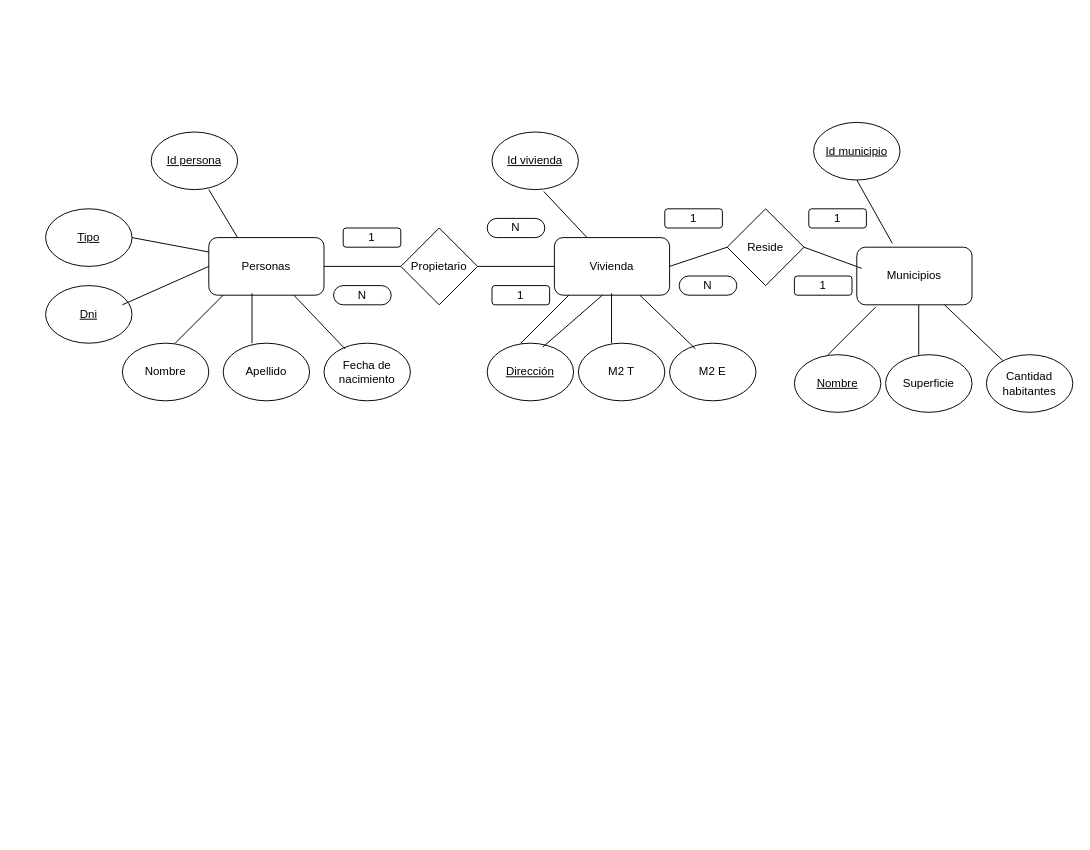
kevinld93/Diagramas keeps this draw.io diagram as Ej3.drawio. Above is the earlier version. Source tidied: cells renumbered, new cells numbered last; positions are measured from the earlier drawing's top-left corner, leaving out a move shared by most shapes. Both pictures are drawn from the tidied source at 96%, with x=0, y=0 at pixel (45, 122).
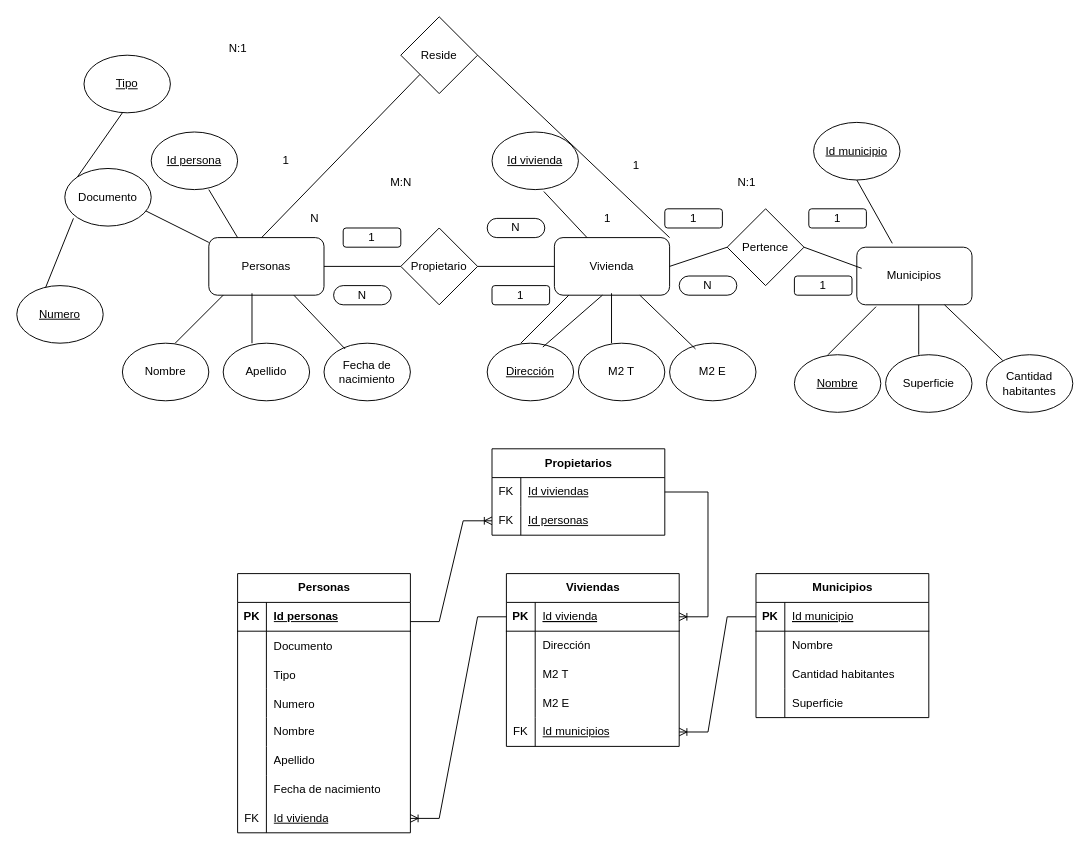
The same page after the edit.

Unchanged cells that the change refers to:
```xml
<mxCell id="5" value="Personas" style="rounded=1;whiteSpace=wrap;html=1;" parent="1" vertex="1">
  <mxGeometry x="170" y="120" width="120" height="60" as="geometry" />
</mxCell>
<mxCell id="7" value="Vivienda" style="rounded=1;whiteSpace=wrap;html=1;" parent="1" vertex="1">
  <mxGeometry x="530" y="120" width="120" height="60" as="geometry" />
</mxCell>
```

Change to the diagram source:
```diff
@@
-    <mxCell id="20" value="&lt;u&gt;Dni&lt;/u&gt;" style="ellipse;whiteSpace=wrap;html=1;" parent="1" vertex="1">
-      <mxGeometry y="170" width="90" height="60" as="geometry" />
+    <mxCell id="20" value="&lt;u&gt;Numero&lt;/u&gt;" style="ellipse;whiteSpace=wrap;html=1;" parent="1" vertex="1">
+      <mxGeometry x="-30" y="170" width="90" height="60" as="geometry" />
     </mxCell>
-    <mxCell id="21" style="endArrow=none;html=1;rounded=0;entryX=0;entryY=0.5;entryDx=0;entryDy=0;" parent="1" edge="1" target="5">
+    <mxCell id="21" style="endArrow=none;html=1;rounded=0;entryX=0.767;entryY=0.9;entryDx=0;entryDy=0;entryPerimeter=0;exitX=0.667;exitY=0.067;exitDx=0;exitDy=0;exitPerimeter=0;" parent="1" edge="1">
       <mxGeometry relative="1" as="geometry">
-        <mxPoint x="80" y="190" as="sourcePoint" />
+        <mxPoint y="172" as="sourcePoint" />
+        <mxPoint x="29" y="100" as="targetPoint" />
       </mxGeometry>
     </mxCell>
     <mxCell id="22" value="&lt;u&gt;Tipo&lt;/u&gt;" style="ellipse;whiteSpace=wrap;html=1;" parent="1" vertex="1">
-      <mxGeometry y="90" width="90" height="60" as="geometry" />
+      <mxGeometry x="40" y="-70" width="90" height="60" as="geometry" />
     </mxCell>
@@
-    <mxCell id="29" style="endArrow=none;html=1;rounded=0;entryX=0;entryY=0.25;entryDx=0;entryDy=0;" parent="1" edge="1" target="5">
+    <mxCell id="29" style="endArrow=none;html=1;rounded=0;entryX=0;entryY=0.25;entryDx=0;entryDy=0;" parent="1" edge="1">
       <mxGeometry relative="1" as="geometry">
-        <mxPoint x="90" y="120" as="sourcePoint" />
+        <mxPoint x="100" y="90" as="sourcePoint" />
+        <mxPoint x="170" y="125" as="targetPoint" />
       </mxGeometry>
     </mxCell>
@@
-    <mxCell id="32" value="Reside" style="rhombus;whiteSpace=wrap;html=1;" parent="1" vertex="1">
+    <mxCell id="32" value="Pertence" style="rhombus;whiteSpace=wrap;html=1;" parent="1" vertex="1">
       <mxGeometry x="710" y="90" width="80" height="80" as="geometry" />
     </mxCell>
@@
+    <mxCell id="48" value="M:N" style="text;html=1;align=center;verticalAlign=middle;strokeColor=none;fillColor=none;" parent="1" vertex="1">
+      <mxGeometry x="345" y="48" width="50" height="30" as="geometry" />
+    </mxCell>
+    <mxCell id="49" value="N:1" style="text;html=1;align=center;verticalAlign=middle;strokeColor=none;fillColor=none;" parent="1" vertex="1">
+      <mxGeometry x="710" y="48" width="40" height="30" as="geometry" />
+    </mxCell>
+    <mxCell id="50" value="Reside" style="rhombus;whiteSpace=wrap;html=1;" parent="1" vertex="1">
+      <mxGeometry x="370" y="-110" width="80" height="80" as="geometry" />
+    </mxCell>
+    <mxCell id="51" style="endArrow=none;html=1;rounded=0;entryX=0;entryY=1;entryDx=0;entryDy=0;" parent="1" edge="1" target="50">
+      <mxGeometry relative="1" as="geometry">
+        <mxPoint x="225" y="120" as="sourcePoint" />
+      </mxGeometry>
+    </mxCell>
+    <mxCell id="52" style="endArrow=none;html=1;rounded=0;exitX=1;exitY=0;exitDx=0;exitDy=0;" parent="1" edge="1" source="7">
+      <mxGeometry relative="1" as="geometry">
+        <mxPoint x="450" y="-70" as="targetPoint" />
+      </mxGeometry>
+    </mxCell>
+    <mxCell id="53" value="1" style="text;html=1;align=center;verticalAlign=middle;strokeColor=none;fillColor=none;" parent="1" vertex="1">
+      <mxGeometry x="235" y="25" width="30" height="30" as="geometry" />
+    </mxCell>
+    <mxCell id="54" value="1" style="text;html=1;align=center;verticalAlign=middle;strokeColor=none;fillColor=none;" parent="1" vertex="1">
+      <mxGeometry x="600" y="30" width="30" height="30" as="geometry" />
+    </mxCell>
+    <mxCell id="55" value="N" style="text;html=1;align=center;verticalAlign=middle;strokeColor=none;fillColor=none;" parent="1" vertex="1">
+      <mxGeometry x="265" y="85" width="30" height="30" as="geometry" />
+    </mxCell>
+    <mxCell id="56" value="1" style="text;html=1;align=center;verticalAlign=middle;strokeColor=none;fillColor=none;" parent="1" vertex="1">
+      <mxGeometry x="570" y="85" width="30" height="30" as="geometry" />
+    </mxCell>
+    <mxCell id="57" value="N:1" style="text;html=1;align=center;verticalAlign=middle;strokeColor=none;fillColor=none;" parent="1" vertex="1">
+      <mxGeometry x="180" y="-92" width="40" height="30" as="geometry" />
+    </mxCell>
+    <mxCell id="58" value="Personas" style="shape=table;startSize=30;childLayout=tableLayout;rowLines=0;fontStyle=1;align=center;html=1;" parent="1" vertex="1">
+      <mxGeometry x="200" y="470" width="180" height="270" as="geometry" />
+    </mxCell>
+    <mxCell id="59" style="shape=tableRow;horizontal=0;startSize=0;swimlaneHead=0;swimlaneBody=0;fillColor=none;top=0;left=0;right=0;bottom=1;" parent="58" vertex="1">
+      <mxGeometry y="30" width="180" height="30" as="geometry" />
+    </mxCell>
+    <mxCell id="60" value="PK" style="shape=partialRectangle;fillColor=none;top=0;left=0;bottom=0;right=0;fontStyle=1;overflow=hidden;whiteSpace=wrap;html=1;" parent="59" vertex="1">
+      <mxGeometry width="30" height="30" as="geometry" />
+    </mxCell>
+    <mxCell id="61" value="Id personas" style="shape=partialRectangle;fillColor=none;top=0;left=0;bottom=0;right=0;align=left;spacingLeft=6;fontStyle=5;overflow=hidden;whiteSpace=wrap;html=1;" parent="59" vertex="1">
+      <mxGeometry x="30" width="150" height="30" as="geometry" />
+    </mxCell>
+    <mxCell id="62" style="shape=tableRow;horizontal=0;startSize=0;swimlaneHead=0;swimlaneBody=0;fillColor=none;top=0;left=0;right=0;bottom=0;" parent="58" vertex="1">
+      <mxGeometry y="60" width="180" height="30" as="geometry" />
+    </mxCell>
+    <mxCell id="63" style="shape=partialRectangle;fillColor=none;top=0;left=0;bottom=0;right=0;overflow=hidden;" parent="62" vertex="1">
+      <mxGeometry width="30" height="30" as="geometry" />
+    </mxCell>
+    <mxCell id="64" value="Documento" style="shape=partialRectangle;fillColor=none;top=0;left=0;bottom=0;right=0;align=left;spacingLeft=6;overflow=hidden;" parent="62" vertex="1">
+      <mxGeometry x="30" width="150" height="30" as="geometry" />
+    </mxCell>
+    <mxCell id="65" style="shape=tableRow;horizontal=0;startSize=0;swimlaneHead=0;swimlaneBody=0;fillColor=none;top=0;left=0;right=0;bottom=0;" parent="58" vertex="1">
+      <mxGeometry y="90" width="180" height="30" as="geometry" />
+    </mxCell>
+    <mxCell id="66" style="shape=partialRectangle;fillColor=none;top=0;left=0;bottom=0;right=0;overflow=hidden;" parent="65" vertex="1">
+      <mxGeometry width="30" height="30" as="geometry" />
+    </mxCell>
+    <mxCell id="67" value="Tipo" style="shape=partialRectangle;fillColor=none;top=0;left=0;bottom=0;right=0;align=left;spacingLeft=6;overflow=hidden;" parent="65" vertex="1">
+      <mxGeometry x="30" width="150" height="30" as="geometry" />
+    </mxCell>
+    <mxCell id="68" style="shape=tableRow;horizontal=0;startSize=0;swimlaneHead=0;swimlaneBody=0;fillColor=none;top=0;left=0;right=0;bottom=0;" parent="58" vertex="1">
+      <mxGeometry y="120" width="180" height="30" as="geometry" />
+    </mxCell>
+    <mxCell id="69" style="shape=partialRectangle;fillColor=none;top=0;left=0;bottom=0;right=0;overflow=hidden;" parent="68" vertex="1">
+      <mxGeometry width="30" height="30" as="geometry" />
+    </mxCell>
+    <mxCell id="70" value="Numero" style="shape=partialRectangle;fillColor=none;top=0;left=0;bottom=0;right=0;align=left;spacingLeft=6;overflow=hidden;" parent="68" vertex="1">
+      <mxGeometry x="30" width="150" height="30" as="geometry" />
+    </mxCell>
+    <mxCell id="71" style="shape=tableRow;horizontal=0;startSize=0;swimlaneHead=0;swimlaneBody=0;fillColor=none;top=0;left=0;right=0;bottom=0;" parent="58" vertex="1">
+      <mxGeometry y="150" width="180" height="30" as="geometry" />
+    </mxCell>
+    <mxCell id="72" style="shape=partialRectangle;fillColor=none;top=0;left=0;bottom=0;right=0;overflow=hidden;whiteSpace=wrap;html=1;" parent="71" vertex="1">
+      <mxGeometry width="30" height="30" as="geometry" />
+    </mxCell>
+    <mxCell id="73" value="&lt;span style=&quot;text-align: center;&quot;&gt;Nombre&lt;/span&gt;" style="shape=partialRectangle;fillColor=none;top=0;left=0;bottom=0;right=0;align=left;spacingLeft=6;overflow=hidden;whiteSpace=wrap;html=1;" parent="71" vertex="1">
+      <mxGeometry x="30" width="150" height="30" as="geometry" />
+    </mxCell>
+    <mxCell id="74" style="shape=tableRow;horizontal=0;startSize=0;swimlaneHead=0;swimlaneBody=0;fillColor=none;top=0;left=0;right=0;bottom=0;" parent="58" vertex="1">
+      <mxGeometry y="180" width="180" height="30" as="geometry" />
+    </mxCell>
+    <mxCell id="75" style="shape=partialRectangle;fillColor=none;top=0;left=0;bottom=0;right=0;overflow=hidden;whiteSpace=wrap;html=1;" parent="74" vertex="1">
+      <mxGeometry width="30" height="30" as="geometry" />
+    </mxCell>
+    <mxCell id="76" value="&lt;span style=&quot;text-align: center;&quot;&gt;Apellido&lt;/span&gt;" style="shape=partialRectangle;fillColor=none;top=0;left=0;bottom=0;right=0;align=left;spacingLeft=6;overflow=hidden;whiteSpace=wrap;html=1;" parent="74" vertex="1">
+      <mxGeometry x="30" width="150" height="30" as="geometry" />
+    </mxCell>
+    <mxCell id="77" style="shape=tableRow;horizontal=0;startSize=0;swimlaneHead=0;swimlaneBody=0;fillColor=none;top=0;left=0;right=0;bottom=0;" parent="58" vertex="1">
+      <mxGeometry y="210" width="180" height="30" as="geometry" />
+    </mxCell>
+    <mxCell id="78" style="shape=partialRectangle;fillColor=none;top=0;left=0;bottom=0;right=0;overflow=hidden;whiteSpace=wrap;html=1;" parent="77" vertex="1">
+      <mxGeometry width="30" height="30" as="geometry" />
+    </mxCell>
+    <mxCell id="79" value="&lt;span style=&quot;text-align: center;&quot;&gt;Fecha de nacimiento&lt;/span&gt;" style="shape=partialRectangle;fillColor=none;top=0;left=0;bottom=0;right=0;align=left;spacingLeft=6;overflow=hidden;whiteSpace=wrap;html=1;" parent="77" vertex="1">
+      <mxGeometry x="30" width="150" height="30" as="geometry" />
+    </mxCell>
+    <mxCell id="80" style="shape=tableRow;horizontal=0;startSize=0;swimlaneHead=0;swimlaneBody=0;fillColor=none;points=[[0,0.5],[1,0.5]];portConstraint=eastwest;top=0;left=0;right=0;bottom=0;" parent="58" vertex="1">
+      <mxGeometry y="240" width="180" height="30" as="geometry" />
+    </mxCell>
+    <mxCell id="81" value="FK" style="shape=partialRectangle;fillColor=none;top=0;left=0;bottom=0;right=0;fontStyle=0;overflow=hidden;whiteSpace=wrap;html=1;" parent="80" vertex="1">
+      <mxGeometry width="30" height="30" as="geometry" />
+    </mxCell>
+    <mxCell id="82" value="&lt;u&gt;Id vivienda&lt;/u&gt;" style="shape=partialRectangle;fillColor=none;top=0;left=0;bottom=0;right=0;align=left;spacingLeft=6;fontStyle=0;overflow=hidden;whiteSpace=wrap;html=1;" parent="80" vertex="1">
+      <mxGeometry x="30" width="150" height="30" as="geometry" />
+    </mxCell>
+    <mxCell id="83" value="Viviendas" style="shape=table;startSize=30;childLayout=tableLayout;rowLines=0;fontStyle=1;align=center;html=1;" parent="1" vertex="1">
+      <mxGeometry x="480" y="470" width="180" height="180" as="geometry" />
+    </mxCell>
+    <mxCell id="84" style="shape=tableRow;horizontal=0;startSize=0;swimlaneHead=0;swimlaneBody=0;fillColor=none;points=[[0,0.5],[1,0.5]];portConstraint=eastwest;top=0;left=0;right=0;bottom=1;" parent="83" vertex="1">
+      <mxGeometry y="30" width="180" height="30" as="geometry" />
+    </mxCell>
+    <mxCell id="85" value="PK" style="shape=partialRectangle;fillColor=none;top=0;left=0;bottom=0;right=0;fontStyle=1;overflow=hidden;whiteSpace=wrap;html=1;" parent="84" vertex="1">
+      <mxGeometry width="30" height="30" as="geometry" />
+    </mxCell>
+    <mxCell id="86" value="&lt;u style=&quot;font-weight: 400; text-align: center;&quot;&gt;Id vivienda&lt;/u&gt;" style="shape=partialRectangle;fillColor=none;top=0;left=0;bottom=0;right=0;align=left;spacingLeft=6;fontStyle=5;overflow=hidden;whiteSpace=wrap;html=1;" parent="84" vertex="1">
+      <mxGeometry x="30" width="150" height="30" as="geometry" />
+    </mxCell>
+    <mxCell id="87" style="shape=tableRow;horizontal=0;startSize=0;swimlaneHead=0;swimlaneBody=0;fillColor=none;top=0;left=0;right=0;bottom=0;" parent="83" vertex="1">
+      <mxGeometry y="60" width="180" height="30" as="geometry" />
+    </mxCell>
+    <mxCell id="88" style="shape=partialRectangle;fillColor=none;top=0;left=0;bottom=0;right=0;overflow=hidden;whiteSpace=wrap;html=1;" parent="87" vertex="1">
+      <mxGeometry width="30" height="30" as="geometry" />
+    </mxCell>
+    <mxCell id="89" value="&lt;span style=&quot;text-align: center;&quot;&gt;Dirección&lt;/span&gt;" style="shape=partialRectangle;fillColor=none;top=0;left=0;bottom=0;right=0;align=left;spacingLeft=6;overflow=hidden;whiteSpace=wrap;html=1;" parent="87" vertex="1">
+      <mxGeometry x="30" width="150" height="30" as="geometry" />
+    </mxCell>
+    <mxCell id="90" style="shape=tableRow;horizontal=0;startSize=0;swimlaneHead=0;swimlaneBody=0;fillColor=none;top=0;left=0;right=0;bottom=0;" parent="83" vertex="1">
+      <mxGeometry y="90" width="180" height="30" as="geometry" />
+    </mxCell>
+    <mxCell id="91" style="shape=partialRectangle;fillColor=none;top=0;left=0;bottom=0;right=0;overflow=hidden;whiteSpace=wrap;html=1;" parent="90" vertex="1">
+      <mxGeometry width="30" height="30" as="geometry" />
+    </mxCell>
+    <mxCell id="92" value="&lt;span style=&quot;text-align: center;&quot;&gt;M2 T&lt;/span&gt;" style="shape=partialRectangle;fillColor=none;top=0;left=0;bottom=0;right=0;align=left;spacingLeft=6;overflow=hidden;whiteSpace=wrap;html=1;" parent="90" vertex="1">
+      <mxGeometry x="30" width="150" height="30" as="geometry" />
+    </mxCell>
+    <mxCell id="93" style="shape=tableRow;horizontal=0;startSize=0;swimlaneHead=0;swimlaneBody=0;fillColor=none;top=0;left=0;right=0;bottom=0;" parent="83" vertex="1">
+      <mxGeometry y="120" width="180" height="30" as="geometry" />
+    </mxCell>
+    <mxCell id="94" style="shape=partialRectangle;fillColor=none;top=0;left=0;bottom=0;right=0;overflow=hidden;whiteSpace=wrap;html=1;" parent="93" vertex="1">
+      <mxGeometry width="30" height="30" as="geometry" />
+    </mxCell>
+    <mxCell id="95" value="&lt;span style=&quot;text-align: center;&quot;&gt;M2 E&lt;/span&gt;" style="shape=partialRectangle;fillColor=none;top=0;left=0;bottom=0;right=0;align=left;spacingLeft=6;overflow=hidden;whiteSpace=wrap;html=1;" parent="93" vertex="1">
+      <mxGeometry x="30" width="150" height="30" as="geometry" />
+    </mxCell>
+    <mxCell id="96" style="shape=tableRow;horizontal=0;startSize=0;swimlaneHead=0;swimlaneBody=0;fillColor=none;points=[[0,0.5],[1,0.5]];portConstraint=eastwest;top=0;left=0;right=0;bottom=0;" parent="83" vertex="1">
+      <mxGeometry y="150" width="180" height="30" as="geometry" />
+    </mxCell>
+    <mxCell id="97" value="FK" style="shape=partialRectangle;fillColor=none;top=0;left=0;bottom=0;right=0;fontStyle=0;overflow=hidden;whiteSpace=wrap;html=1;" parent="96" vertex="1">
+      <mxGeometry width="30" height="30" as="geometry" />
+    </mxCell>
+    <mxCell id="98" value="&lt;u&gt;Id municipios&lt;/u&gt;" style="shape=partialRectangle;fillColor=none;top=0;left=0;bottom=0;right=0;align=left;spacingLeft=6;fontStyle=0;overflow=hidden;whiteSpace=wrap;html=1;" parent="96" vertex="1">
+      <mxGeometry x="30" width="150" height="30" as="geometry" />
+    </mxCell>
+    <mxCell id="99" value="Municipios" style="shape=table;startSize=30;childLayout=tableLayout;rowLines=0;fontStyle=1;align=center;html=1;" parent="1" vertex="1">
+      <mxGeometry x="740" y="470" width="180" height="150" as="geometry" />
+    </mxCell>
+    <mxCell id="100" style="shape=tableRow;horizontal=0;startSize=0;swimlaneHead=0;swimlaneBody=0;fillColor=none;points=[[0,0.5],[1,0.5]];portConstraint=eastwest;top=0;left=0;right=0;bottom=1;" parent="99" vertex="1">
+      <mxGeometry y="30" width="180" height="30" as="geometry" />
+    </mxCell>
+    <mxCell id="101" value="PK" style="shape=partialRectangle;fillColor=none;top=0;left=0;bottom=0;right=0;fontStyle=1;overflow=hidden;whiteSpace=wrap;html=1;" parent="100" vertex="1">
+      <mxGeometry width="30" height="30" as="geometry" />
+    </mxCell>
+    <mxCell id="102" value="&lt;u style=&quot;font-weight: 400; text-align: center;&quot;&gt;Id municipio&lt;/u&gt;" style="shape=partialRectangle;fillColor=none;top=0;left=0;bottom=0;right=0;align=left;spacingLeft=6;fontStyle=5;overflow=hidden;whiteSpace=wrap;html=1;" parent="100" vertex="1">
+      <mxGeometry x="30" width="150" height="30" as="geometry" />
+    </mxCell>
+    <mxCell id="103" style="shape=tableRow;horizontal=0;startSize=0;swimlaneHead=0;swimlaneBody=0;fillColor=none;top=0;left=0;right=0;bottom=0;" parent="99" vertex="1">
+      <mxGeometry y="60" width="180" height="30" as="geometry" />
+    </mxCell>
+    <mxCell id="104" style="shape=partialRectangle;fillColor=none;top=0;left=0;bottom=0;right=0;overflow=hidden;whiteSpace=wrap;html=1;" parent="103" vertex="1">
+      <mxGeometry width="30" height="30" as="geometry" />
+    </mxCell>
+    <mxCell id="105" value="&lt;span style=&quot;text-align: center;&quot;&gt;Nombre&lt;/span&gt;" style="shape=partialRectangle;fillColor=none;top=0;left=0;bottom=0;right=0;align=left;spacingLeft=6;overflow=hidden;whiteSpace=wrap;html=1;" parent="103" vertex="1">
+      <mxGeometry x="30" width="150" height="30" as="geometry" />
+    </mxCell>
+    <mxCell id="106" style="shape=tableRow;horizontal=0;startSize=0;swimlaneHead=0;swimlaneBody=0;fillColor=none;top=0;left=0;right=0;bottom=0;" parent="99" vertex="1">
+      <mxGeometry y="90" width="180" height="30" as="geometry" />
+    </mxCell>
+    <mxCell id="107" style="shape=partialRectangle;fillColor=none;top=0;left=0;bottom=0;right=0;overflow=hidden;whiteSpace=wrap;html=1;" parent="106" vertex="1">
+      <mxGeometry width="30" height="30" as="geometry" />
+    </mxCell>
+    <mxCell id="108" value="&lt;span style=&quot;text-align: center;&quot;&gt;Cantidad habitantes&lt;/span&gt;" style="shape=partialRectangle;fillColor=none;top=0;left=0;bottom=0;right=0;align=left;spacingLeft=6;overflow=hidden;whiteSpace=wrap;html=1;" parent="106" vertex="1">
+      <mxGeometry x="30" width="150" height="30" as="geometry" />
+    </mxCell>
+    <mxCell id="109" style="shape=tableRow;horizontal=0;startSize=0;swimlaneHead=0;swimlaneBody=0;fillColor=none;top=0;left=0;right=0;bottom=0;" parent="99" vertex="1">
+      <mxGeometry y="120" width="180" height="30" as="geometry" />
+    </mxCell>
+    <mxCell id="110" style="shape=partialRectangle;fillColor=none;top=0;left=0;bottom=0;right=0;overflow=hidden;whiteSpace=wrap;html=1;" parent="109" vertex="1">
+      <mxGeometry width="30" height="30" as="geometry" />
+    </mxCell>
+    <mxCell id="111" value="&lt;span style=&quot;text-align: center;&quot;&gt;Superficie&lt;/span&gt;" style="shape=partialRectangle;fillColor=none;top=0;left=0;bottom=0;right=0;align=left;spacingLeft=6;overflow=hidden;whiteSpace=wrap;html=1;" parent="109" vertex="1">
+      <mxGeometry x="30" width="150" height="30" as="geometry" />
+    </mxCell>
+    <mxCell id="112" value="Documento" style="ellipse;whiteSpace=wrap;html=1;" parent="1" vertex="1">
+      <mxGeometry x="20" y="48" width="90" height="60" as="geometry" />
+    </mxCell>
+    <mxCell id="113" style="endArrow=none;html=1;rounded=0;exitX=0;exitY=0;exitDx=0;exitDy=0;" parent="1" edge="1" source="112">
+      <mxGeometry relative="1" as="geometry">
+        <mxPoint x="80" y="-10" as="targetPoint" />
+      </mxGeometry>
+    </mxCell>
+    <mxCell id="114" style="edgeStyle=entityRelationEdgeStyle;fontSize=12;html=1;endArrow=ERoneToMany;rounded=0;entryX=1;entryY=0.5;entryDx=0;entryDy=0;exitX=0;exitY=0.5;exitDx=0;exitDy=0;" parent="1" edge="1" source="100" target="96">
+      <mxGeometry relative="1" as="geometry" />
+    </mxCell>
+    <mxCell id="115" style="edgeStyle=entityRelationEdgeStyle;fontSize=12;html=1;endArrow=ERoneToMany;rounded=0;exitX=0;exitY=0.5;exitDx=0;exitDy=0;entryX=1;entryY=0.5;entryDx=0;entryDy=0;" parent="1" edge="1" source="84" target="80">
+      <mxGeometry relative="1" as="geometry" />
+    </mxCell>
+    <mxCell id="116" value="Propietarios" style="shape=table;startSize=30;childLayout=tableLayout;rowLines=0;fontStyle=1;align=center;html=1;" parent="1" vertex="1">
+      <mxGeometry x="465" y="340" width="180" height="90" as="geometry" />
+    </mxCell>
+    <mxCell id="117" style="shape=tableRow;horizontal=0;startSize=0;swimlaneHead=0;swimlaneBody=0;fillColor=none;points=[[0,0.5],[1,0.5]];portConstraint=eastwest;top=0;left=0;right=0;bottom=0;" parent="116" vertex="1">
+      <mxGeometry y="30" width="180" height="30" as="geometry" />
+    </mxCell>
+    <mxCell id="118" value="FK" style="shape=partialRectangle;fillColor=none;top=0;left=0;bottom=0;right=0;fontStyle=0;overflow=hidden;whiteSpace=wrap;html=1;" parent="117" vertex="1">
+      <mxGeometry width="30" height="30" as="geometry" />
+    </mxCell>
+    <mxCell id="119" value="&lt;u&gt;Id viviendas&lt;/u&gt;" style="shape=partialRectangle;fillColor=none;top=0;left=0;bottom=0;right=0;align=left;spacingLeft=6;fontStyle=0;overflow=hidden;whiteSpace=wrap;html=1;" parent="117" vertex="1">
+      <mxGeometry x="30" width="150" height="30" as="geometry" />
+    </mxCell>
+    <mxCell id="120" style="shape=tableRow;horizontal=0;startSize=0;swimlaneHead=0;swimlaneBody=0;fillColor=none;points=[[0,0.5],[1,0.5]];portConstraint=eastwest;top=0;left=0;right=0;bottom=0;" parent="116" vertex="1">
+      <mxGeometry y="60" width="180" height="30" as="geometry" />
+    </mxCell>
+    <mxCell id="121" value="FK" style="shape=partialRectangle;fillColor=none;top=0;left=0;bottom=0;right=0;fontStyle=0;overflow=hidden;whiteSpace=wrap;html=1;" parent="120" vertex="1">
+      <mxGeometry width="30" height="30" as="geometry" />
+    </mxCell>
+    <mxCell id="122" value="&lt;u&gt;Id personas&lt;/u&gt;" style="shape=partialRectangle;fillColor=none;top=0;left=0;bottom=0;right=0;align=left;spacingLeft=6;fontStyle=0;overflow=hidden;whiteSpace=wrap;html=1;" parent="120" vertex="1">
+      <mxGeometry x="30" width="150" height="30" as="geometry" />
+    </mxCell>
+    <mxCell id="123" style="edgeStyle=entityRelationEdgeStyle;fontSize=12;html=1;endArrow=ERoneToMany;rounded=0;entryX=0;entryY=0.5;entryDx=0;entryDy=0;" parent="1" edge="1" target="120">
+      <mxGeometry relative="1" as="geometry">
+        <mxPoint x="380" y="520" as="sourcePoint" />
+      </mxGeometry>
+    </mxCell>
+    <mxCell id="124" style="edgeStyle=entityRelationEdgeStyle;fontSize=12;html=1;endArrow=ERoneToMany;rounded=0;exitX=1;exitY=0.5;exitDx=0;exitDy=0;" parent="1" edge="1" source="117" target="84">
+      <mxGeometry relative="1" as="geometry" />
+    </mxCell>
```
